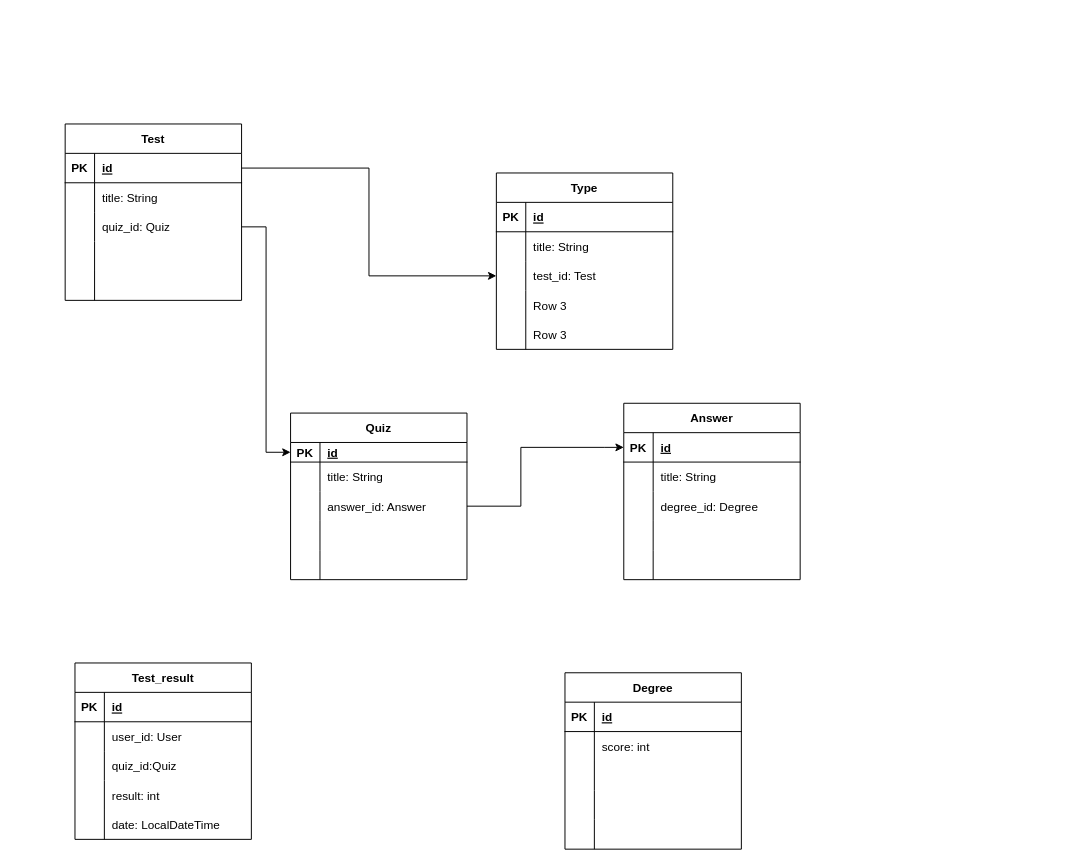
Above: Untitled Diagram.drawio in Emotional-Help/Psychological-Assistance-BE (draw.io), before the change. Source tidied: cells renumbered, new cells numbered last; positions are measured from the earlier drawing's top-left corner, leaving out a move shared by most shapes. Both pictures are drawn from the tidied source at 98%, with x=0, y=0 at pixel (65, 123).
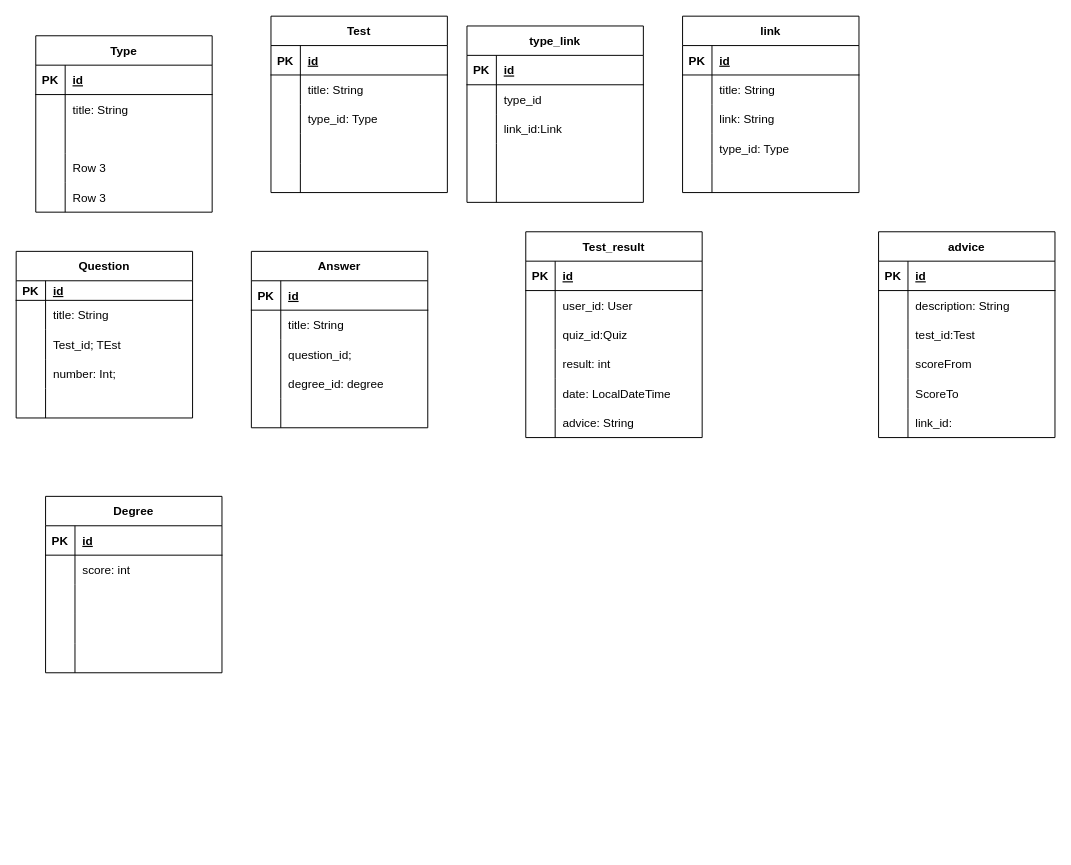
The same diagram, later.

Unchanged cells that the change refers to:
```xml
<mxCell id="9" style="shape=tableRow;horizontal=0;startSize=0;swimlaneHead=0;swimlaneBody=0;fillColor=none;points=[[0,0.5],[1,0.5]];portConstraint=eastwest;top=0;left=0;right=0;bottom=0;" parent="2" vertex="1">
  <mxGeometry y="90" width="180" height="30" as="geometry" />
</mxCell>
<mxCell id="19" style="shape=tableRow;horizontal=0;startSize=0;swimlaneHead=0;swimlaneBody=0;fillColor=none;points=[[0,0.5],[1,0.5]];portConstraint=eastwest;top=0;left=0;right=0;bottom=1;" parent="18" vertex="1">
  <mxGeometry y="30" width="180" height="30" as="geometry" />
</mxCell>
<mxCell id="25" style="shape=tableRow;horizontal=0;startSize=0;swimlaneHead=0;swimlaneBody=0;fillColor=none;points=[[0,0.5],[1,0.5]];portConstraint=eastwest;top=0;left=0;right=0;bottom=0;" parent="18" vertex="1">
  <mxGeometry y="90" width="180" height="30" as="geometry" />
</mxCell>
<mxCell id="35" style="shape=tableRow;horizontal=0;startSize=0;swimlaneHead=0;swimlaneBody=0;fillColor=none;points=[[0,0.5],[1,0.5]];portConstraint=eastwest;top=0;left=0;right=0;bottom=1;" parent="34" vertex="1">
  <mxGeometry y="30" width="180" height="20" as="geometry" />
</mxCell>
<mxCell id="41" style="shape=tableRow;horizontal=0;startSize=0;swimlaneHead=0;swimlaneBody=0;fillColor=none;points=[[0,0.5],[1,0.5]];portConstraint=eastwest;top=0;left=0;right=0;bottom=0;" parent="34" vertex="1">
  <mxGeometry y="80" width="180" height="30" as="geometry" />
</mxCell>
<mxCell id="44" style="shape=tableRow;horizontal=0;startSize=0;swimlaneHead=0;swimlaneBody=0;fillColor=none;top=0;left=0;right=0;bottom=0;" parent="34" vertex="1">
  <mxGeometry y="110" width="180" height="30" as="geometry" />
</mxCell>
<mxCell id="51" style="shape=tableRow;horizontal=0;startSize=0;swimlaneHead=0;swimlaneBody=0;fillColor=none;points=[[0,0.5],[1,0.5]];portConstraint=eastwest;top=0;left=0;right=0;bottom=1;" parent="50" vertex="1">
  <mxGeometry y="30" width="180" height="30" as="geometry" />
</mxCell>
<mxCell id="57" style="shape=tableRow;horizontal=0;startSize=0;swimlaneHead=0;swimlaneBody=0;fillColor=none;top=0;left=0;right=0;bottom=0;" parent="50" vertex="1">
  <mxGeometry y="90" width="180" height="30" as="geometry" />
</mxCell>
<mxCell id="60" style="shape=tableRow;horizontal=0;startSize=0;swimlaneHead=0;swimlaneBody=0;fillColor=none;top=0;left=0;right=0;bottom=0;" parent="50" vertex="1">
  <mxGeometry y="120" width="180" height="30" as="geometry" />
</mxCell>
```

The edit, as a diff of the source:
```diff
@@
     <mxCell id="2" value="Type" style="shape=table;startSize=30;childLayout=tableLayout;rowLines=0;fontStyle=1;align=center;" parent="1" vertex="1">
-      <mxGeometry x="440" y="50" width="180" height="180" as="geometry" />
+      <mxGeometry x="-30" y="-90" width="180" height="180" as="geometry" />
     </mxCell>
@@
-    <mxCell id="11" value="test_id: Test" style="shape=partialRectangle;fillColor=none;top=0;left=0;bottom=0;right=0;align=left;spacingLeft=6;overflow=hidden;" parent="9" vertex="1">
+    <mxCell id="11" style="shape=partialRectangle;fillColor=none;top=0;left=0;bottom=0;right=0;align=left;spacingLeft=6;overflow=hidden;" parent="9" vertex="1">
       <mxGeometry x="30" width="150" height="30" as="geometry" />
     </mxCell>
@@
     <mxCell id="18" value="Test" style="shape=table;startSize=30;childLayout=tableLayout;rowLines=0;fontStyle=1;align=center;" parent="1" vertex="1">
-      <mxGeometry width="180" height="180" as="geometry" />
+      <mxGeometry x="210" y="-110" width="180" height="180" as="geometry" />
     </mxCell>
@@
-    <mxCell id="27" value="quiz_id: Quiz" style="shape=partialRectangle;fillColor=none;top=0;left=0;bottom=0;right=0;align=left;spacingLeft=6;overflow=hidden;" parent="25" vertex="1">
+    <mxCell id="27" value="type_id: Type" style="shape=partialRectangle;fillColor=none;top=0;left=0;bottom=0;right=0;align=left;spacingLeft=6;overflow=hidden;" parent="25" vertex="1">
       <mxGeometry x="30" width="150" height="30" as="geometry" />
     </mxCell>
@@
-    <mxCell id="34" value="Quiz" style="shape=table;startSize=30;childLayout=tableLayout;rowLines=0;fontStyle=1;align=center;" parent="1" vertex="1">
-      <mxGeometry x="230" y="295" width="180" height="170" as="geometry" />
+    <mxCell id="34" value="Question" style="shape=table;startSize=30;childLayout=tableLayout;rowLines=0;fontStyle=1;align=center;" parent="1" vertex="1">
+      <mxGeometry x="-50" y="130" width="180" height="170" as="geometry" />
     </mxCell>
@@
-    <mxCell id="43" value="answer_id: Answer" style="shape=partialRectangle;fillColor=none;top=0;left=0;bottom=0;right=0;align=left;spacingLeft=6;overflow=hidden;" parent="41" vertex="1">
+    <mxCell id="43" value="Test_id; TEst" style="shape=partialRectangle;fillColor=none;top=0;left=0;bottom=0;right=0;align=left;spacingLeft=6;overflow=hidden;" parent="41" vertex="1">
       <mxGeometry x="30" width="150" height="30" as="geometry" />
     </mxCell>
@@
-    <mxCell id="46" style="shape=partialRectangle;fillColor=none;top=0;left=0;bottom=0;right=0;align=left;spacingLeft=6;overflow=hidden;" parent="44" vertex="1">
+    <mxCell id="46" value="number: Int;" style="shape=partialRectangle;fillColor=none;top=0;left=0;bottom=0;right=0;align=left;spacingLeft=6;overflow=hidden;" parent="44" vertex="1">
       <mxGeometry x="30" width="150" height="30" as="geometry" />
     </mxCell>
@@
     <mxCell id="50" value="Answer" style="shape=table;startSize=30;childLayout=tableLayout;rowLines=0;fontStyle=1;align=center;" parent="1" vertex="1">
-      <mxGeometry x="570" y="285" width="180" height="180" as="geometry" />
+      <mxGeometry x="190" y="130" width="180" height="180" as="geometry" />
     </mxCell>
@@
-    <mxCell id="59" value="degree_id: Degree" style="shape=partialRectangle;fillColor=none;top=0;left=0;bottom=0;right=0;align=left;spacingLeft=6;overflow=hidden;" parent="57" vertex="1">
+    <mxCell id="59" value="question_id;" style="shape=partialRectangle;fillColor=none;top=0;left=0;bottom=0;right=0;align=left;spacingLeft=6;overflow=hidden;" parent="57" vertex="1">
       <mxGeometry x="30" width="150" height="30" as="geometry" />
     </mxCell>
@@
-    <mxCell id="62" style="shape=partialRectangle;fillColor=none;top=0;left=0;bottom=0;right=0;align=left;spacingLeft=6;overflow=hidden;" parent="60" vertex="1">
+    <mxCell id="62" value="degree_id: degree" style="shape=partialRectangle;fillColor=none;top=0;left=0;bottom=0;right=0;align=left;spacingLeft=6;overflow=hidden;" parent="60" vertex="1">
       <mxGeometry x="30" width="150" height="30" as="geometry" />
     </mxCell>
@@
     <mxCell id="66" value="Degree" style="shape=table;startSize=30;childLayout=tableLayout;rowLines=0;fontStyle=1;align=center;" parent="1" vertex="1">
-      <mxGeometry x="510" y="560" width="180" height="180" as="geometry" />
+      <mxGeometry x="-20" y="380" width="180" height="180" as="geometry" />
     </mxCell>
@@
-    <mxCell id="82" style="edgeStyle=orthogonalEdgeStyle;rounded=0;jettySize=auto;html=1;entryX=0;entryY=0.5;entryDx=0;entryDy=0;exitX=1;exitY=0.5;exitDx=0;exitDy=0;" parent="1" edge="1" source="41" target="51">
-      <mxGeometry relative="1" as="geometry">
-        <Array as="points">
-          <mxPoint x="465" y="390" />
-          <mxPoint x="465" y="330" />
-          <mxPoint x="550" y="330" />
-        </Array>
-      </mxGeometry>
-    </mxCell>
-    <mxCell id="83" style="edgeStyle=orthogonalEdgeStyle;rounded=0;jettySize=auto;html=1;entryX=0;entryY=0.5;entryDx=0;entryDy=0;" parent="1" edge="1" source="25" target="35">
-      <mxGeometry relative="1" as="geometry" />
-    </mxCell>
     <mxCell id="84" value="Test_result" style="shape=table;startSize=30;childLayout=tableLayout;rowLines=0;fontStyle=1;align=center;" parent="1" vertex="1">
-      <mxGeometry x="10" y="550" width="180" height="180" as="geometry" />
+      <mxGeometry x="470" y="110" width="180" height="210" as="geometry" />
     </mxCell>
@@
-    <mxCell id="100" style="edgeStyle=orthogonalEdgeStyle;rounded=0;jettySize=auto;html=1;" parent="1" edge="1" source="19" target="9">
-      <mxGeometry relative="1" as="geometry" />
-    </mxCell>
+    <mxCell id="101" style="shape=tableRow;horizontal=0;startSize=0;swimlaneHead=0;swimlaneBody=0;fillColor=none;top=0;left=0;right=0;bottom=0;" parent="84" vertex="1">
+      <mxGeometry y="180" width="180" height="30" as="geometry" />
+    </mxCell>
+    <mxCell id="102" style="shape=partialRectangle;fillColor=none;top=0;left=0;bottom=0;right=0;overflow=hidden;" parent="101" vertex="1">
+      <mxGeometry width="30" height="30" as="geometry" />
+    </mxCell>
+    <mxCell id="103" value="advice: String" style="shape=partialRectangle;fillColor=none;top=0;left=0;bottom=0;right=0;align=left;spacingLeft=6;overflow=hidden;" parent="101" vertex="1">
+      <mxGeometry x="30" width="150" height="30" as="geometry" />
+    </mxCell>
+    <mxCell id="104" value="link" style="shape=table;startSize=30;childLayout=tableLayout;rowLines=0;fontStyle=1;align=center;" parent="1" vertex="1">
+      <mxGeometry x="630" y="-110" width="180" height="180" as="geometry" />
+    </mxCell>
+    <mxCell id="105" style="shape=tableRow;horizontal=0;startSize=0;swimlaneHead=0;swimlaneBody=0;fillColor=none;top=0;left=0;right=0;bottom=1;" parent="104" vertex="1">
+      <mxGeometry y="30" width="180" height="30" as="geometry" />
+    </mxCell>
+    <mxCell id="106" value="PK" style="shape=partialRectangle;fillColor=none;top=0;left=0;bottom=0;right=0;fontStyle=1;overflow=hidden;" parent="105" vertex="1">
+      <mxGeometry width="30" height="30" as="geometry" />
+    </mxCell>
+    <mxCell id="107" value="id" style="shape=partialRectangle;fillColor=none;top=0;left=0;bottom=0;right=0;align=left;spacingLeft=6;fontStyle=5;overflow=hidden;" parent="105" vertex="1">
+      <mxGeometry x="30" width="150" height="30" as="geometry" />
+    </mxCell>
+    <mxCell id="108" style="shape=tableRow;horizontal=0;startSize=0;swimlaneHead=0;swimlaneBody=0;fillColor=none;top=0;left=0;right=0;bottom=0;" parent="104" vertex="1">
+      <mxGeometry y="60" width="180" height="30" as="geometry" />
+    </mxCell>
+    <mxCell id="109" style="shape=partialRectangle;fillColor=none;top=0;left=0;bottom=0;right=0;overflow=hidden;" parent="108" vertex="1">
+      <mxGeometry width="30" height="30" as="geometry" />
+    </mxCell>
+    <mxCell id="110" value="title: String" style="shape=partialRectangle;fillColor=none;top=0;left=0;bottom=0;right=0;align=left;spacingLeft=6;overflow=hidden;" parent="108" vertex="1">
+      <mxGeometry x="30" width="150" height="30" as="geometry" />
+    </mxCell>
+    <mxCell id="111" style="shape=tableRow;horizontal=0;startSize=0;swimlaneHead=0;swimlaneBody=0;fillColor=none;top=0;left=0;right=0;bottom=0;" parent="104" vertex="1">
+      <mxGeometry y="90" width="180" height="30" as="geometry" />
+    </mxCell>
+    <mxCell id="112" style="shape=partialRectangle;fillColor=none;top=0;left=0;bottom=0;right=0;overflow=hidden;" parent="111" vertex="1">
+      <mxGeometry width="30" height="30" as="geometry" />
+    </mxCell>
+    <mxCell id="113" value="link: String" style="shape=partialRectangle;fillColor=none;top=0;left=0;bottom=0;right=0;align=left;spacingLeft=6;overflow=hidden;" parent="111" vertex="1">
+      <mxGeometry x="30" width="150" height="30" as="geometry" />
+    </mxCell>
+    <mxCell id="114" style="shape=tableRow;horizontal=0;startSize=0;swimlaneHead=0;swimlaneBody=0;fillColor=none;top=0;left=0;right=0;bottom=0;" parent="104" vertex="1">
+      <mxGeometry y="120" width="180" height="30" as="geometry" />
+    </mxCell>
+    <mxCell id="115" style="shape=partialRectangle;fillColor=none;top=0;left=0;bottom=0;right=0;overflow=hidden;" parent="114" vertex="1">
+      <mxGeometry width="30" height="30" as="geometry" />
+    </mxCell>
+    <mxCell id="116" value="type_id: Type" style="shape=partialRectangle;fillColor=none;top=0;left=0;bottom=0;right=0;align=left;spacingLeft=6;overflow=hidden;" parent="114" vertex="1">
+      <mxGeometry x="30" width="150" height="30" as="geometry" />
+    </mxCell>
+    <mxCell id="117" style="shape=tableRow;horizontal=0;startSize=0;swimlaneHead=0;swimlaneBody=0;fillColor=none;top=0;left=0;right=0;bottom=0;" parent="104" vertex="1">
+      <mxGeometry y="150" width="180" height="30" as="geometry" />
+    </mxCell>
+    <mxCell id="118" style="shape=partialRectangle;fillColor=none;top=0;left=0;bottom=0;right=0;overflow=hidden;" parent="117" vertex="1">
+      <mxGeometry width="30" height="30" as="geometry" />
+    </mxCell>
+    <mxCell id="119" style="shape=partialRectangle;fillColor=none;top=0;left=0;bottom=0;right=0;align=left;spacingLeft=6;overflow=hidden;" parent="117" vertex="1">
+      <mxGeometry x="30" width="150" height="30" as="geometry" />
+    </mxCell>
+    <mxCell id="120" value="advice" style="shape=table;startSize=30;childLayout=tableLayout;rowLines=0;fontStyle=1;align=center;" parent="1" vertex="1">
+      <mxGeometry x="830" y="110" width="180" height="210" as="geometry" />
+    </mxCell>
+    <mxCell id="121" style="shape=tableRow;horizontal=0;startSize=0;swimlaneHead=0;swimlaneBody=0;fillColor=none;top=0;left=0;right=0;bottom=1;" parent="120" vertex="1">
+      <mxGeometry y="30" width="180" height="30" as="geometry" />
+    </mxCell>
+    <mxCell id="122" value="PK" style="shape=partialRectangle;fillColor=none;top=0;left=0;bottom=0;right=0;fontStyle=1;overflow=hidden;" parent="121" vertex="1">
+      <mxGeometry width="30" height="30" as="geometry" />
+    </mxCell>
+    <mxCell id="123" value="id" style="shape=partialRectangle;fillColor=none;top=0;left=0;bottom=0;right=0;align=left;spacingLeft=6;fontStyle=5;overflow=hidden;" parent="121" vertex="1">
+      <mxGeometry x="30" width="150" height="30" as="geometry" />
+    </mxCell>
+    <mxCell id="124" style="shape=tableRow;horizontal=0;startSize=0;swimlaneHead=0;swimlaneBody=0;fillColor=none;top=0;left=0;right=0;bottom=0;" parent="120" vertex="1">
+      <mxGeometry y="60" width="180" height="30" as="geometry" />
+    </mxCell>
+    <mxCell id="125" style="shape=partialRectangle;fillColor=none;top=0;left=0;bottom=0;right=0;overflow=hidden;" parent="124" vertex="1">
+      <mxGeometry width="30" height="30" as="geometry" />
+    </mxCell>
+    <mxCell id="126" value="description: String" style="shape=partialRectangle;fillColor=none;top=0;left=0;bottom=0;right=0;align=left;spacingLeft=6;overflow=hidden;" parent="124" vertex="1">
+      <mxGeometry x="30" width="150" height="30" as="geometry" />
+    </mxCell>
+    <mxCell id="127" style="shape=tableRow;horizontal=0;startSize=0;swimlaneHead=0;swimlaneBody=0;fillColor=none;top=0;left=0;right=0;bottom=0;" parent="120" vertex="1">
+      <mxGeometry y="90" width="180" height="30" as="geometry" />
+    </mxCell>
+    <mxCell id="128" style="shape=partialRectangle;fillColor=none;top=0;left=0;bottom=0;right=0;overflow=hidden;" parent="127" vertex="1">
+      <mxGeometry width="30" height="30" as="geometry" />
+    </mxCell>
+    <mxCell id="129" value="test_id:Test" style="shape=partialRectangle;fillColor=none;top=0;left=0;bottom=0;right=0;align=left;spacingLeft=6;overflow=hidden;" parent="127" vertex="1">
+      <mxGeometry x="30" width="150" height="30" as="geometry" />
+    </mxCell>
+    <mxCell id="130" style="shape=tableRow;horizontal=0;startSize=0;swimlaneHead=0;swimlaneBody=0;fillColor=none;top=0;left=0;right=0;bottom=0;" parent="120" vertex="1">
+      <mxGeometry y="120" width="180" height="30" as="geometry" />
+    </mxCell>
+    <mxCell id="131" style="shape=partialRectangle;fillColor=none;top=0;left=0;bottom=0;right=0;overflow=hidden;" parent="130" vertex="1">
+      <mxGeometry width="30" height="30" as="geometry" />
+    </mxCell>
+    <mxCell id="132" value="scoreFrom" style="shape=partialRectangle;fillColor=none;top=0;left=0;bottom=0;right=0;align=left;spacingLeft=6;overflow=hidden;" parent="130" vertex="1">
+      <mxGeometry x="30" width="150" height="30" as="geometry" />
+    </mxCell>
+    <mxCell id="133" style="shape=tableRow;horizontal=0;startSize=0;swimlaneHead=0;swimlaneBody=0;fillColor=none;top=0;left=0;right=0;bottom=0;" parent="120" vertex="1">
+      <mxGeometry y="150" width="180" height="30" as="geometry" />
+    </mxCell>
+    <mxCell id="134" style="shape=partialRectangle;fillColor=none;top=0;left=0;bottom=0;right=0;overflow=hidden;" parent="133" vertex="1">
+      <mxGeometry width="30" height="30" as="geometry" />
+    </mxCell>
+    <mxCell id="135" value="ScoreTo" style="shape=partialRectangle;fillColor=none;top=0;left=0;bottom=0;right=0;align=left;spacingLeft=6;overflow=hidden;" parent="133" vertex="1">
+      <mxGeometry x="30" width="150" height="30" as="geometry" />
+    </mxCell>
+    <mxCell id="136" style="shape=tableRow;horizontal=0;startSize=0;swimlaneHead=0;swimlaneBody=0;fillColor=none;top=0;left=0;right=0;bottom=0;" parent="120" vertex="1">
+      <mxGeometry y="180" width="180" height="30" as="geometry" />
+    </mxCell>
+    <mxCell id="137" style="shape=partialRectangle;fillColor=none;top=0;left=0;bottom=0;right=0;overflow=hidden;" parent="136" vertex="1">
+      <mxGeometry width="30" height="30" as="geometry" />
+    </mxCell>
+    <mxCell id="138" value="link_id:" style="shape=partialRectangle;fillColor=none;top=0;left=0;bottom=0;right=0;align=left;spacingLeft=6;overflow=hidden;" parent="136" vertex="1">
+      <mxGeometry x="30" width="150" height="30" as="geometry" />
+    </mxCell>
+    <mxCell id="139" value="type_link" style="shape=table;startSize=30;childLayout=tableLayout;rowLines=0;fontStyle=1;align=center;" parent="1" vertex="1">
+      <mxGeometry x="410" y="-100" width="180" height="180" as="geometry" />
+    </mxCell>
+    <mxCell id="140" style="shape=tableRow;horizontal=0;startSize=0;swimlaneHead=0;swimlaneBody=0;fillColor=none;top=0;left=0;right=0;bottom=1;" parent="139" vertex="1">
+      <mxGeometry y="30" width="180" height="30" as="geometry" />
+    </mxCell>
+    <mxCell id="141" value="PK" style="shape=partialRectangle;fillColor=none;top=0;left=0;bottom=0;right=0;fontStyle=1;overflow=hidden;" parent="140" vertex="1">
+      <mxGeometry width="30" height="30" as="geometry" />
+    </mxCell>
+    <mxCell id="142" value="id" style="shape=partialRectangle;fillColor=none;top=0;left=0;bottom=0;right=0;align=left;spacingLeft=6;fontStyle=5;overflow=hidden;" parent="140" vertex="1">
+      <mxGeometry x="30" width="150" height="30" as="geometry" />
+    </mxCell>
+    <mxCell id="143" style="shape=tableRow;horizontal=0;startSize=0;swimlaneHead=0;swimlaneBody=0;fillColor=none;top=0;left=0;right=0;bottom=0;" parent="139" vertex="1">
+      <mxGeometry y="60" width="180" height="30" as="geometry" />
+    </mxCell>
+    <mxCell id="144" style="shape=partialRectangle;fillColor=none;top=0;left=0;bottom=0;right=0;overflow=hidden;" parent="143" vertex="1">
+      <mxGeometry width="30" height="30" as="geometry" />
+    </mxCell>
+    <mxCell id="145" value="type_id" style="shape=partialRectangle;fillColor=none;top=0;left=0;bottom=0;right=0;align=left;spacingLeft=6;overflow=hidden;" parent="143" vertex="1">
+      <mxGeometry x="30" width="150" height="30" as="geometry" />
+    </mxCell>
+    <mxCell id="146" style="shape=tableRow;horizontal=0;startSize=0;swimlaneHead=0;swimlaneBody=0;fillColor=none;top=0;left=0;right=0;bottom=0;" parent="139" vertex="1">
+      <mxGeometry y="90" width="180" height="30" as="geometry" />
+    </mxCell>
+    <mxCell id="147" style="shape=partialRectangle;fillColor=none;top=0;left=0;bottom=0;right=0;overflow=hidden;" parent="146" vertex="1">
+      <mxGeometry width="30" height="30" as="geometry" />
+    </mxCell>
+    <mxCell id="148" value="link_id:Link" style="shape=partialRectangle;fillColor=none;top=0;left=0;bottom=0;right=0;align=left;spacingLeft=6;overflow=hidden;" parent="146" vertex="1">
+      <mxGeometry x="30" width="150" height="30" as="geometry" />
+    </mxCell>
+    <mxCell id="149" style="shape=tableRow;horizontal=0;startSize=0;swimlaneHead=0;swimlaneBody=0;fillColor=none;top=0;left=0;right=0;bottom=0;" parent="139" vertex="1">
+      <mxGeometry y="120" width="180" height="30" as="geometry" />
+    </mxCell>
+    <mxCell id="150" style="shape=partialRectangle;fillColor=none;top=0;left=0;bottom=0;right=0;overflow=hidden;" parent="149" vertex="1">
+      <mxGeometry width="30" height="30" as="geometry" />
+    </mxCell>
+    <mxCell id="151" style="shape=partialRectangle;fillColor=none;top=0;left=0;bottom=0;right=0;align=left;spacingLeft=6;overflow=hidden;" parent="149" vertex="1">
+      <mxGeometry x="30" width="150" height="30" as="geometry" />
+    </mxCell>
+    <mxCell id="152" style="shape=tableRow;horizontal=0;startSize=0;swimlaneHead=0;swimlaneBody=0;fillColor=none;top=0;left=0;right=0;bottom=0;" parent="139" vertex="1">
+      <mxGeometry y="150" width="180" height="30" as="geometry" />
+    </mxCell>
+    <mxCell id="153" style="shape=partialRectangle;fillColor=none;top=0;left=0;bottom=0;right=0;overflow=hidden;" parent="152" vertex="1">
+      <mxGeometry width="30" height="30" as="geometry" />
+    </mxCell>
+    <mxCell id="154" style="shape=partialRectangle;fillColor=none;top=0;left=0;bottom=0;right=0;align=left;spacingLeft=6;overflow=hidden;" parent="152" vertex="1">
+      <mxGeometry x="30" width="150" height="30" as="geometry" />
+    </mxCell>
```
